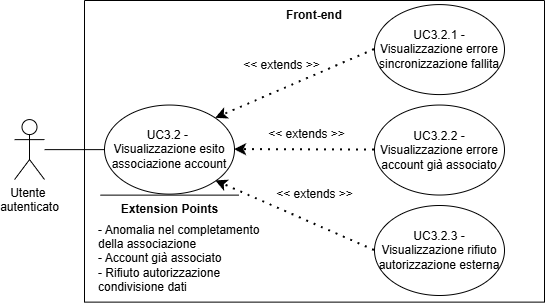
Above: assets/diagrams/UC3_2.png in SkarabGroup/DocumentazioneProgetto (draw.io), before the change. Source tidied: cells renumbered, new cells last; positions are measured from the earlier drawing's top-left corner, leaving out a move shared by most shapes.
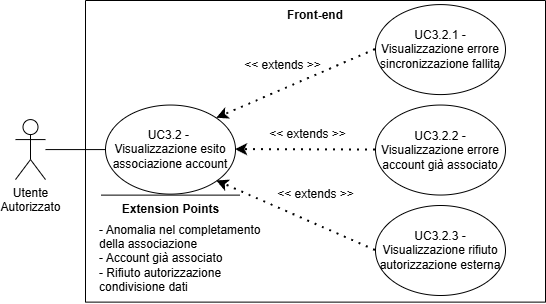
Later version of the same file.

Diff of the diagram source:
```diff
@@ -8,7 +8,7 @@
     <mxCell id="3" value="Front-end" style="text;html=1;whiteSpace=wrap;strokeColor=none;fillColor=none;align=center;verticalAlign=middle;rounded=0;perimeterSpacing=1;fontStyle=1;" parent="2" vertex="1">
       <mxGeometry x="190" width="80" height="30" as="geometry" />
     </mxCell>
-    <mxCell id="4" value="&lt;div&gt;Utente&amp;nbsp;&lt;/div&gt;&lt;div&gt;autenticato&lt;/div&gt;" style="shape=umlActor;verticalLabelPosition=bottom;verticalAlign=top;html=1;outlineConnect=0;" parent="2" vertex="1">
+    <mxCell id="4" value="&lt;div&gt;Utente&lt;/div&gt;&lt;div&gt;&lt;span style=&quot;background-color: transparent; color: light-dark(rgb(0, 0, 0), rgb(255, 255, 255));&quot;&gt;Autorizzato&lt;/span&gt;&lt;/div&gt;" style="shape=umlActor;verticalLabelPosition=bottom;verticalAlign=top;html=1;outlineConnect=0;" parent="2" vertex="1">
       <mxGeometry x="-70" y="119.1" width="30" height="60" as="geometry" />
     </mxCell>
     <mxCell id="5" value="&lt;div&gt;UC3.2 -&amp;nbsp; Visualizzazione esito associazione account&lt;/div&gt;" style="ellipse;whiteSpace=wrap;html=1;" parent="2" vertex="1">
```
